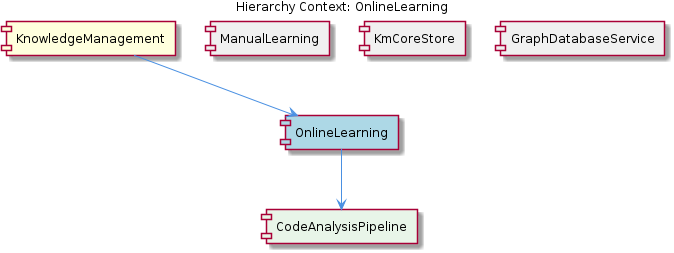
Above: knowledge-management/insights/images/online-learning-relationship.png in fwornle/coding (PlantUML), before the change. Its source is kept beside it as .data/knowledge-graph/insights/puml/online-learning-relationship.puml.
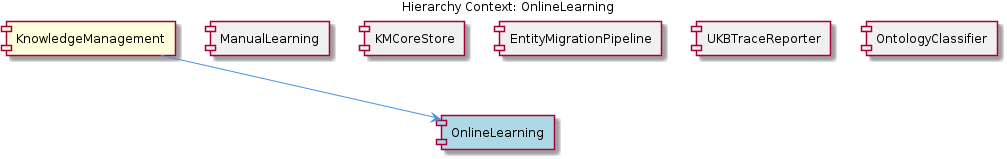
After the commit.

Change to the diagram source:
```diff
@@ -6,14 +6,16 @@
 [KnowledgeManagement] as knowledge_management #FFFFDD
 [OnlineLearning] as online_learning #LightBlue
 [ManualLearning] as manual_learning #F0F0F0
-[KmCoreStore] as km_core_store #F0F0F0
-[GraphDatabaseService] as graph_database_service #F0F0F0
-[CodeAnalysisPipeline] as code_analysis_pipeline #E8F5E8
+[KMCoreStore] as kmcore_store #F0F0F0
+[EntityMigrationPipeline] as entity_migration_pipeline #F0F0F0
+[UKBTraceReporter] as ukbtrace_reporter #F0F0F0
+[OntologyClassifier] as ontology_classifier #F0F0F0
 
 knowledge_management --> online_learning
 manual_learning -[hidden]- online_learning
-km_core_store -[hidden]- online_learning
-graph_database_service -[hidden]- online_learning
-online_learning --> code_analysis_pipeline
+kmcore_store -[hidden]- online_learning
+entity_migration_pipeline -[hidden]- online_learning
+ukbtrace_reporter -[hidden]- online_learning
+ontology_classifier -[hidden]- online_learning
 
 @enduml
```
